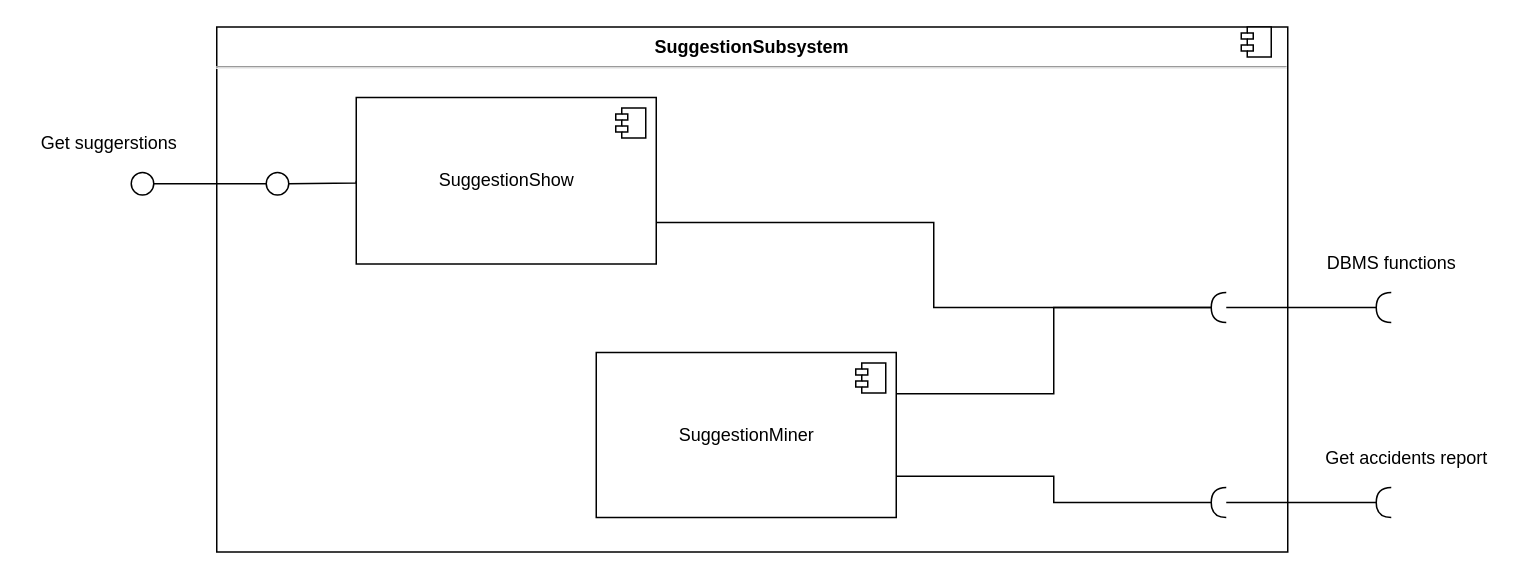
Earlier version of the draw.io diagram DD/diagrams/SuggestionSubsystem-components-diagram.drawio (f3d0ss/CazzolaDotti-se2). Source tidied: cells renumbered, new cells numbered last; positions are measured from the earlier drawing's top-left corner, leaving out a move shared by most shapes. Both pictures are drawn from the tidied source at 150%, with x=0, y=0 at pixel (26, 26).
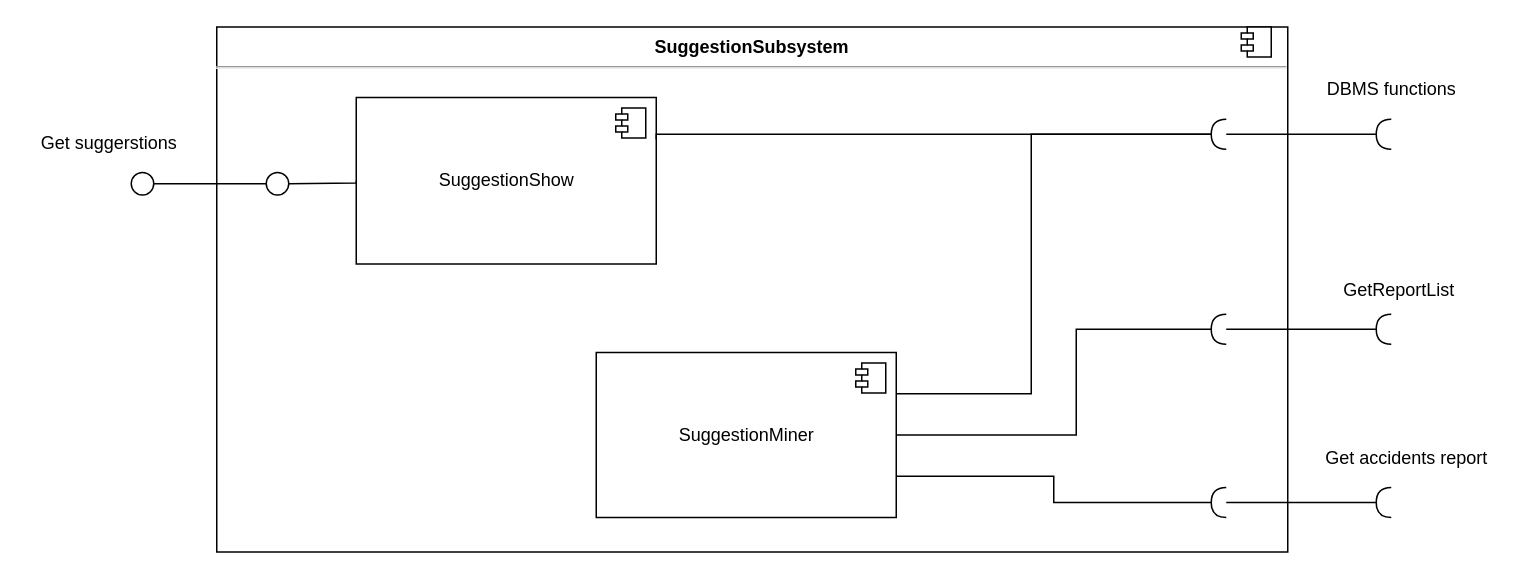
After the change.

Commit message (it also covers changes not shown here):
Add UX diagrams-v2 + minor fix component diagram

The change refers to these unchanged cells:
```xml
<mxCell id="3" value="SuggestionShow" style="html=1;" parent="1" vertex="1">
  <mxGeometry x="220" y="47.5" width="200" height="111" as="geometry" />
</mxCell>
<mxCell id="5" value="SuggestionMiner" style="html=1;" parent="1" vertex="1">
  <mxGeometry x="380" y="217.5" width="200" height="110" as="geometry" />
</mxCell>
```

Change to the diagram source:
```diff
@@
+    <mxCell id="24" style="edgeStyle=orthogonalEdgeStyle;rounded=0;jettySize=auto;html=1;exitX=1;exitY=0.5;exitDx=0;exitDy=0;entryX=1;entryY=0.5;entryDx=0;entryDy=0;entryPerimeter=0;endArrow=none;endFill=0;" parent="1" edge="1" source="5" target="26">
+      <mxGeometry relative="1" as="geometry">
+        <Array as="points">
+          <mxPoint x="700" y="273" />
+          <mxPoint x="700" y="202" />
+        </Array>
+      </mxGeometry>
+    </mxCell>
@@
     <mxCell id="13" style="shape=requiredInterface;html=1;verticalLabelPosition=bottom;rotation=-180;" parent="1" vertex="1">
-      <mxGeometry x="790" y="177.5" width="10" height="20" as="geometry" />
+      <mxGeometry x="790" y="62" width="10" height="20" as="geometry" />
     </mxCell>
@@
     <mxCell id="16" style="shape=requiredInterface;html=1;verticalLabelPosition=bottom;rotation=-180;" parent="1" vertex="1">
-      <mxGeometry x="900" y="177.5" width="10" height="20" as="geometry" />
+      <mxGeometry x="900" y="62" width="10" height="20" as="geometry" />
     </mxCell>
@@
     <mxCell id="19" style="edgeStyle=orthogonalEdgeStyle;rounded=0;jumpStyle=arc;jumpSize=10;jettySize=auto;html=1;exitX=1;exitY=0.25;exitDx=0;exitDy=0;entryX=1;entryY=0.5;entryDx=0;entryDy=0;entryPerimeter=0;endArrow=none;endFill=0;" parent="1" edge="1" source="5" target="13">
-      <mxGeometry relative="1" as="geometry" />
+      <mxGeometry relative="1" as="geometry">
+        <Array as="points">
+          <mxPoint x="670" y="245" />
+          <mxPoint x="670" y="72" />
+        </Array>
+      </mxGeometry>
     </mxCell>
-    <mxCell id="20" style="edgeStyle=orthogonalEdgeStyle;rounded=0;jumpStyle=arc;jumpSize=10;jettySize=auto;html=1;exitX=1;exitY=0.75;exitDx=0;exitDy=0;entryX=1;entryY=0.5;entryDx=0;entryDy=0;entryPerimeter=0;endArrow=none;endFill=0;" parent="1" edge="1" source="3" target="13">
-      <mxGeometry relative="1" as="geometry" />
+    <mxCell id="20" style="edgeStyle=orthogonalEdgeStyle;rounded=0;jumpStyle=arc;jumpSize=10;jettySize=auto;html=1;exitX=1;exitY=0.25;exitDx=0;exitDy=0;entryX=1;entryY=0.5;entryDx=0;entryDy=0;entryPerimeter=0;endArrow=none;endFill=0;" parent="1" edge="1" source="3" target="13">
+      <mxGeometry relative="1" as="geometry">
+        <Array as="points">
+          <mxPoint x="420" y="72" />
+        </Array>
+      </mxGeometry>
     </mxCell>
     <mxCell id="21" value="DBMS functions" style="text;html=1;align=center;verticalAlign=middle;" parent="1" vertex="1">
-      <mxGeometry x="860" y="147.5" width="100" height="20" as="geometry" />
+      <mxGeometry x="860" y="32" width="100" height="20" as="geometry" />
     </mxCell>
@@
+    <mxCell id="25" style="edgeStyle=orthogonalEdgeStyle;rounded=0;jumpStyle=arc;jumpSize=10;jettySize=auto;html=1;exitX=0;exitY=0.5;exitDx=0;exitDy=0;exitPerimeter=0;entryX=1;entryY=0.5;entryDx=0;entryDy=0;entryPerimeter=0;endArrow=none;endFill=0;" parent="1" edge="1" source="26" target="27">
+      <mxGeometry relative="1" as="geometry" />
+    </mxCell>
+    <mxCell id="26" style="shape=requiredInterface;html=1;verticalLabelPosition=bottom;rotation=-180;" parent="1" vertex="1">
+      <mxGeometry x="790" y="192" width="10" height="20" as="geometry" />
+    </mxCell>
+    <mxCell id="27" style="shape=requiredInterface;html=1;verticalLabelPosition=bottom;rotation=-180;" parent="1" vertex="1">
+      <mxGeometry x="900" y="192" width="10" height="20" as="geometry" />
+    </mxCell>
+    <mxCell id="28" value="GetReportList" style="text;html=1;align=center;verticalAlign=middle;" parent="1" vertex="1">
+      <mxGeometry x="870" y="165.5" width="90" height="20" as="geometry" />
+    </mxCell>
```
